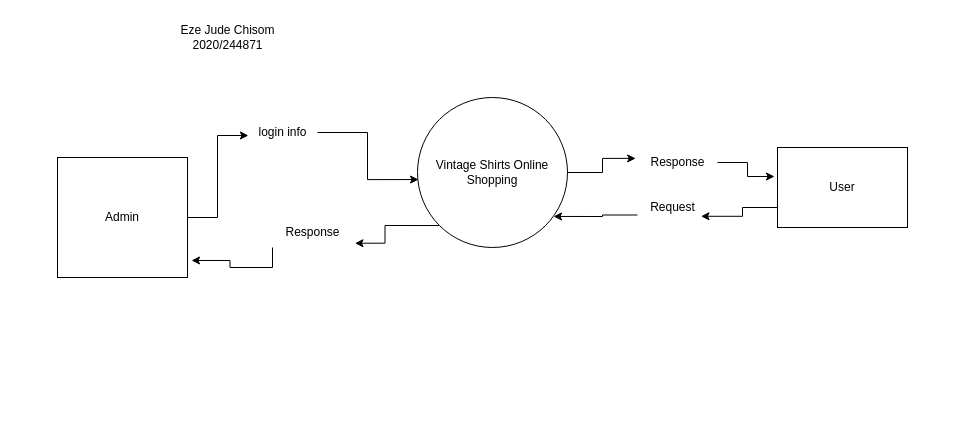
Chukwuebuka-2003/SE-DFD keeps this draw.io diagram as Untitled Diagram.drawio. Above is the earlier version. Source tidied: cells renumbered, new cells numbered last; positions are measured from the earlier drawing's top-left corner, leaving out a move shared by most shapes. Both pictures are drawn from the tidied source at 100%, with x=0, y=0 at pixel (57, 17).
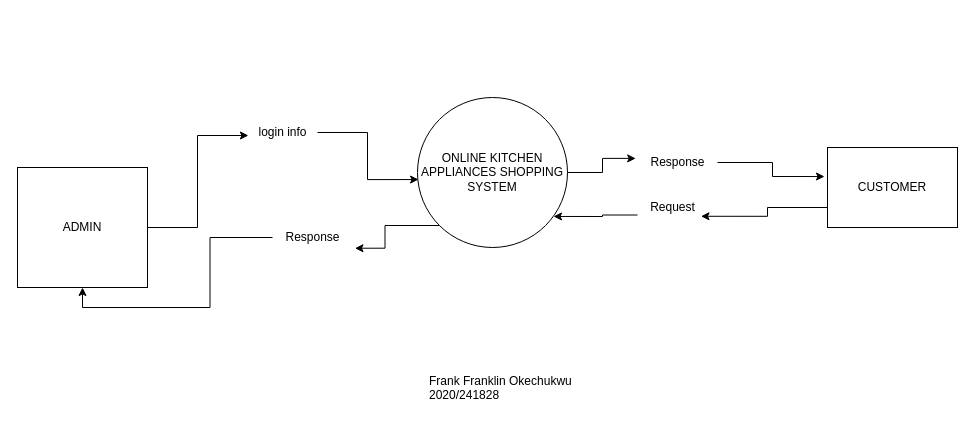
After the change.

Change to the diagram source:
```diff
@@
 <mxGraphModel>
   <root>
     <mxCell id="0" />
     <mxCell id="1" parent="0" />
-    <mxCell id="2" value="Vintage Shirts Online Shopping" style="shape=ellipse;html=1;dashed=0;whiteSpace=wrap;perimeter=ellipsePerimeter;" parent="1" vertex="1">
+    <mxCell id="2" value="ONLINE KITCHEN APPLIANCES SHOPPING SYSTEM" style="shape=ellipse;html=1;dashed=0;whiteSpace=wrap;perimeter=ellipsePerimeter;" parent="1" vertex="1">
       <mxGeometry x="360" y="80" width="150" height="150" as="geometry" />
     </mxCell>
-    <mxCell id="3" value="Admin" style="html=1;dashed=0;whiteSpace=wrap;" parent="1" vertex="1">
-      <mxGeometry y="140" width="130" height="120" as="geometry" />
+    <mxCell id="3" value="ADMIN" style="html=1;dashed=0;whiteSpace=wrap;" parent="1" vertex="1">
+      <mxGeometry x="-40" y="150" width="130" height="120" as="geometry" />
     </mxCell>
-    <mxCell id="4" value="User" style="html=1;dashed=0;whiteSpace=wrap;" parent="1" vertex="1">
-      <mxGeometry x="720" y="130" width="130" height="80" as="geometry" />
+    <mxCell id="4" value="CUSTOMER" style="html=1;dashed=0;whiteSpace=wrap;" parent="1" vertex="1">
+      <mxGeometry x="770" y="130" width="130" height="80" as="geometry" />
     </mxCell>
-    <mxCell id="5" style="edgeStyle=orthogonalEdgeStyle;rounded=0;jettySize=auto;html=1;exitX=0;exitY=1;exitDx=0;exitDy=0;entryX=1.031;entryY=0.858;entryDx=0;entryDy=0;entryPerimeter=0;" parent="1" edge="1" source="16" target="3">
-      <mxGeometry relative="1" as="geometry" />
-    </mxCell>
     <mxCell id="6" style="edgeStyle=orthogonalEdgeStyle;rounded=0;jettySize=auto;html=1;exitX=1;exitY=0.5;exitDx=0;exitDy=0;entryX=-0.023;entryY=0.363;entryDx=0;entryDy=0;entryPerimeter=0;" parent="1" edge="1" source="9" target="4">
       <mxGeometry relative="1" as="geometry" />
     </mxCell>
     <mxCell id="7" style="edgeStyle=orthogonalEdgeStyle;rounded=0;jettySize=auto;html=1;exitX=0;exitY=0.75;exitDx=0;exitDy=0;entryX=0.907;entryY=0.793;entryDx=0;entryDy=0;entryPerimeter=0;" parent="1" edge="1" source="11" target="2">
       <mxGeometry relative="1" as="geometry" />
     </mxCell>
     <mxCell id="8" style="edgeStyle=orthogonalEdgeStyle;rounded=0;jettySize=auto;html=1;exitX=1;exitY=0.5;exitDx=0;exitDy=0;entryX=-0.023;entryY=0.363;entryDx=0;entryDy=0;entryPerimeter=0;" parent="1" edge="1" source="2" target="9">
       <mxGeometry relative="1" as="geometry" />
     </mxCell>
     <mxCell id="9" value="Response" style="text;html=1;align=center;verticalAlign=middle;points=[];strokeColor=none;fillColor=none;" parent="1" vertex="1">
       <mxGeometry x="580" y="130" width="80" height="30" as="geometry" />
     </mxCell>
     <mxCell id="10" style="edgeStyle=orthogonalEdgeStyle;rounded=0;jettySize=auto;html=1;exitX=0;exitY=0.75;exitDx=0;exitDy=0;entryX=0.907;entryY=0.793;entryDx=0;entryDy=0;entryPerimeter=0;" parent="1" edge="1" source="4" target="11">
       <mxGeometry relative="1" as="geometry" />
     </mxCell>
     <mxCell id="11" value="Request" style="text;html=1;align=center;verticalAlign=middle;points=[];strokeColor=none;fillColor=none;" parent="1" vertex="1">
       <mxGeometry x="580" y="175" width="70" height="30" as="geometry" />
     </mxCell>
     <mxCell id="12" style="edgeStyle=orthogonalEdgeStyle;rounded=0;jettySize=auto;html=1;exitX=1;exitY=0.5;exitDx=0;exitDy=0;entryX=0.013;entryY=0.6;entryDx=0;entryDy=0;entryPerimeter=0;" parent="1" edge="1" source="3" target="13">
       <mxGeometry relative="1" as="geometry" />
     </mxCell>
     <mxCell id="13" value="login info" style="text;html=1;align=center;verticalAlign=middle;points=[];strokeColor=none;fillColor=none;" parent="1" vertex="1">
       <mxGeometry x="190" y="100" width="70" height="30" as="geometry" />
     </mxCell>
     <mxCell id="14" style="edgeStyle=orthogonalEdgeStyle;rounded=0;jettySize=auto;html=1;entryX=0.007;entryY=0.547;entryDx=0;entryDy=0;entryPerimeter=0;" parent="1" edge="1" source="13" target="2">
       <mxGeometry relative="1" as="geometry" />
     </mxCell>
     <mxCell id="15" style="edgeStyle=orthogonalEdgeStyle;rounded=0;jettySize=auto;html=1;exitX=0;exitY=1;exitDx=0;exitDy=0;entryX=1.031;entryY=0.858;entryDx=0;entryDy=0;entryPerimeter=0;" parent="1" edge="1" source="2" target="16">
       <mxGeometry relative="1" as="geometry" />
     </mxCell>
+    <mxCell id="5" style="edgeStyle=orthogonalEdgeStyle;rounded=0;jettySize=auto;html=1;entryX=0.5;entryY=1;entryDx=0;entryDy=0;" parent="1" edge="1" source="16" target="3">
+      <mxGeometry relative="1" as="geometry" />
+    </mxCell>
     <mxCell id="16" value="Response" style="text;html=1;align=center;verticalAlign=middle;points=[];strokeColor=none;fillColor=none;" parent="1" vertex="1">
-      <mxGeometry x="215" y="200" width="80" height="30" as="geometry" />
+      <mxGeometry x="215" y="205" width="80" height="30" as="geometry" />
     </mxCell>
-    <mxCell id="17" value="Eze Jude Chisom&lt;br style=&quot;border-color: var(--border-color);&quot;&gt;2020/244871" style="text;html=1;align=center;verticalAlign=middle;strokeColor=none;fillColor=none;" parent="1" vertex="1">
-      <mxGeometry x="110" width="120" height="40" as="geometry" />
-    </mxCell>
+    <mxCell id="18" value="Frank Franklin Okechukwu &#10;2020/241828" style="text;whiteSpace=wrap;" parent="1" vertex="1">
+      <mxGeometry x="370" y="350" width="180" height="50" as="geometry" />
+    </mxCell>
   </root>
 </mxGraphModel>
```
